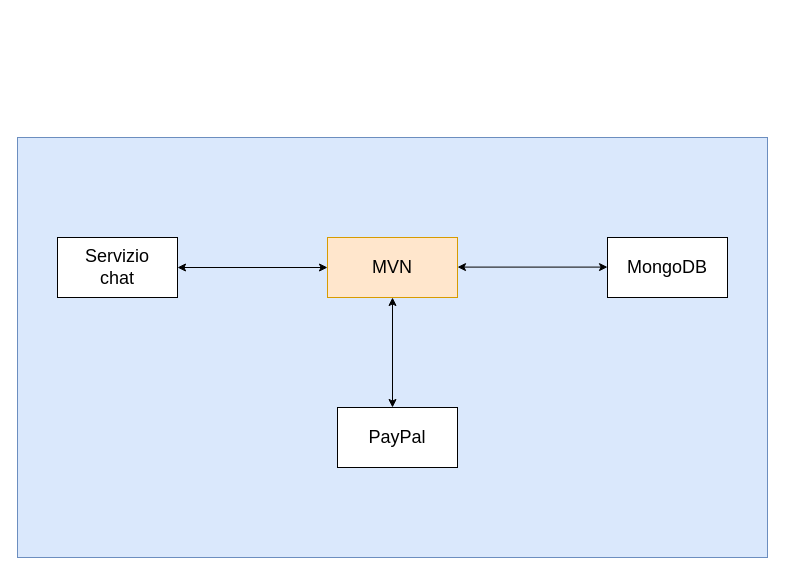
Organizzazione-IngSoftware/D1Backend keeps this draw.io diagram as Backend.drawio. Above is the earlier version. Source tidied: cells renumbered, new cells numbered last; positions are measured from the earlier drawing's top-left corner, leaving out a move shared by most shapes. Both pictures are drawn from the tidied source at 100%, with x=0, y=0 at pixel (17, 137).
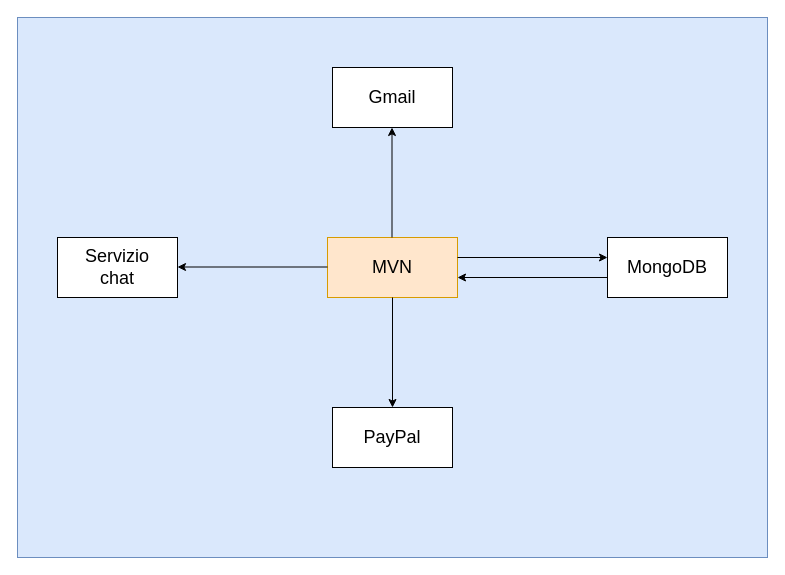
Above is the later version.

Diff of the diagram source:
```diff
@@
 <mxGraphModel>
   <root>
     <mxCell id="0" />
     <mxCell id="1" parent="0" />
     <mxCell id="2" style="rounded=0;whiteSpace=wrap;html=1;fontSize=18;strokeColor=#6c8ebf;fillColor=#dae8fc;" parent="1" vertex="1">
-      <mxGeometry width="750" height="420" as="geometry" />
+      <mxGeometry y="-120" width="750" height="540" as="geometry" />
     </mxCell>
     <mxCell id="3" value="&lt;font style=&quot;font-size: 18px;&quot;&gt;MVN&lt;/font&gt;" style="rounded=0;whiteSpace=wrap;html=1;strokeColor=#d79b00;fillColor=#ffe6cc;" parent="1" vertex="1">
       <mxGeometry x="310" y="100" width="130" height="60" as="geometry" />
     </mxCell>
     <mxCell id="4" value="Servizio&lt;br&gt;chat" style="rounded=0;whiteSpace=wrap;html=1;fontSize=18;" parent="1" vertex="1">
       <mxGeometry x="40" y="100" width="120" height="60" as="geometry" />
     </mxCell>
-    <mxCell id="5" style="endArrow=classic;startArrow=classic;html=1;rounded=0;fontSize=18;exitX=1;exitY=0.5;exitDx=0;exitDy=0;entryX=0;entryY=0.5;entryDx=0;entryDy=0;" parent="1" edge="1" source="4" target="3">
-      <mxGeometry relative="1" as="geometry" />
-    </mxCell>
     <mxCell id="6" value="PayPal" style="rounded=0;whiteSpace=wrap;html=1;fontSize=18;" parent="1" vertex="1">
-      <mxGeometry x="320" y="270" width="120" height="60" as="geometry" />
+      <mxGeometry x="315" y="270" width="120" height="60" as="geometry" />
     </mxCell>
-    <mxCell id="7" style="endArrow=classic;startArrow=classic;html=1;rounded=0;fontSize=18;entryX=0.5;entryY=1;entryDx=0;entryDy=0;" parent="1" edge="1" target="3">
-      <mxGeometry relative="1" as="geometry">
-        <mxPoint x="375" y="270" as="sourcePoint" />
-      </mxGeometry>
-    </mxCell>
     <mxCell id="8" value="MongoDB" style="rounded=0;whiteSpace=wrap;html=1;fontSize=18;" parent="1" vertex="1">
       <mxGeometry x="590" y="100" width="120" height="60" as="geometry" />
     </mxCell>
-    <mxCell id="9" style="endArrow=classic;startArrow=classic;html=1;rounded=0;fontSize=18;exitX=1;exitY=0.5;exitDx=0;exitDy=0;entryX=0;entryY=0.5;entryDx=0;entryDy=0;" parent="1" edge="1">
+    <mxCell id="9" style="endArrow=classic;startArrow=none;html=1;rounded=0;fontSize=18;exitX=1;exitY=0.5;exitDx=0;exitDy=0;entryX=0;entryY=0.5;entryDx=0;entryDy=0;startFill=0;" parent="1" edge="1">
       <mxGeometry relative="1" as="geometry">
-        <mxPoint x="440" y="129.6" as="sourcePoint" />
-        <mxPoint x="590" y="129.6" as="targetPoint" />
+        <mxPoint x="440" y="120" as="sourcePoint" />
+        <mxPoint x="590" y="120" as="targetPoint" />
       </mxGeometry>
     </mxCell>
+    <mxCell id="10" style="endArrow=none;startArrow=classic;html=1;rounded=0;fontSize=18;exitX=1;exitY=0.5;exitDx=0;exitDy=0;entryX=0;entryY=0.5;entryDx=0;entryDy=0;startFill=1;endFill=0;" parent="1" edge="1">
+      <mxGeometry relative="1" as="geometry">
+        <mxPoint x="440" y="140" as="sourcePoint" />
+        <mxPoint x="590" y="140" as="targetPoint" />
+      </mxGeometry>
+    </mxCell>
+    <mxCell id="11" style="endArrow=none;startArrow=classic;html=1;rounded=0;fontSize=18;exitX=1;exitY=0.5;exitDx=0;exitDy=0;entryX=0;entryY=0.5;entryDx=0;entryDy=0;startFill=1;endFill=0;" parent="1" edge="1">
+      <mxGeometry relative="1" as="geometry">
+        <mxPoint x="160" y="129.5" as="sourcePoint" />
+        <mxPoint x="310" y="129.5" as="targetPoint" />
+      </mxGeometry>
+    </mxCell>
+    <mxCell id="12" style="endArrow=classic;html=1;rounded=0;exitX=0.5;exitY=1;exitDx=0;exitDy=0;entryX=0.5;entryY=0;entryDx=0;entryDy=0;" parent="1" edge="1" source="3" target="6">
+      <mxGeometry relative="1" as="geometry" />
+    </mxCell>
+    <mxCell id="13" value="Gmail" style="rounded=0;whiteSpace=wrap;html=1;fontSize=18;" parent="1" vertex="1">
+      <mxGeometry x="315" y="-70" width="120" height="60" as="geometry" />
+    </mxCell>
+    <mxCell id="14" style="endArrow=none;html=1;rounded=0;exitX=0.5;exitY=1;exitDx=0;exitDy=0;entryX=0.5;entryY=0;entryDx=0;entryDy=0;startArrow=classic;startFill=1;endFill=0;" parent="1" edge="1">
+      <mxGeometry relative="1" as="geometry">
+        <mxPoint x="374.5" y="-10" as="sourcePoint" />
+        <mxPoint x="374.5" y="100" as="targetPoint" />
+      </mxGeometry>
+    </mxCell>
   </root>
 </mxGraphModel>
```
